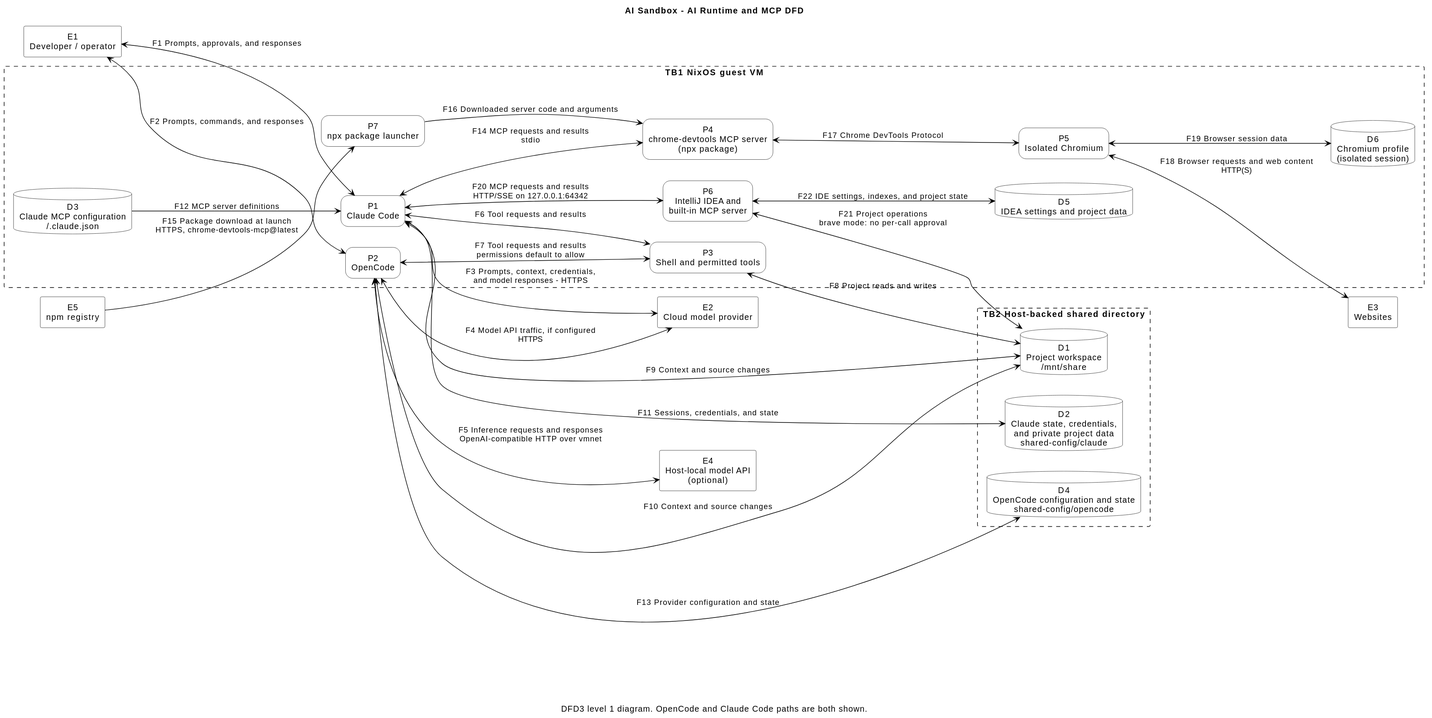
Before: docs/diagrams/generated/ai-runtime-mcp.svg, a diagram exported from PlantUML (AleksiAhtiainen/ai-sandbox).
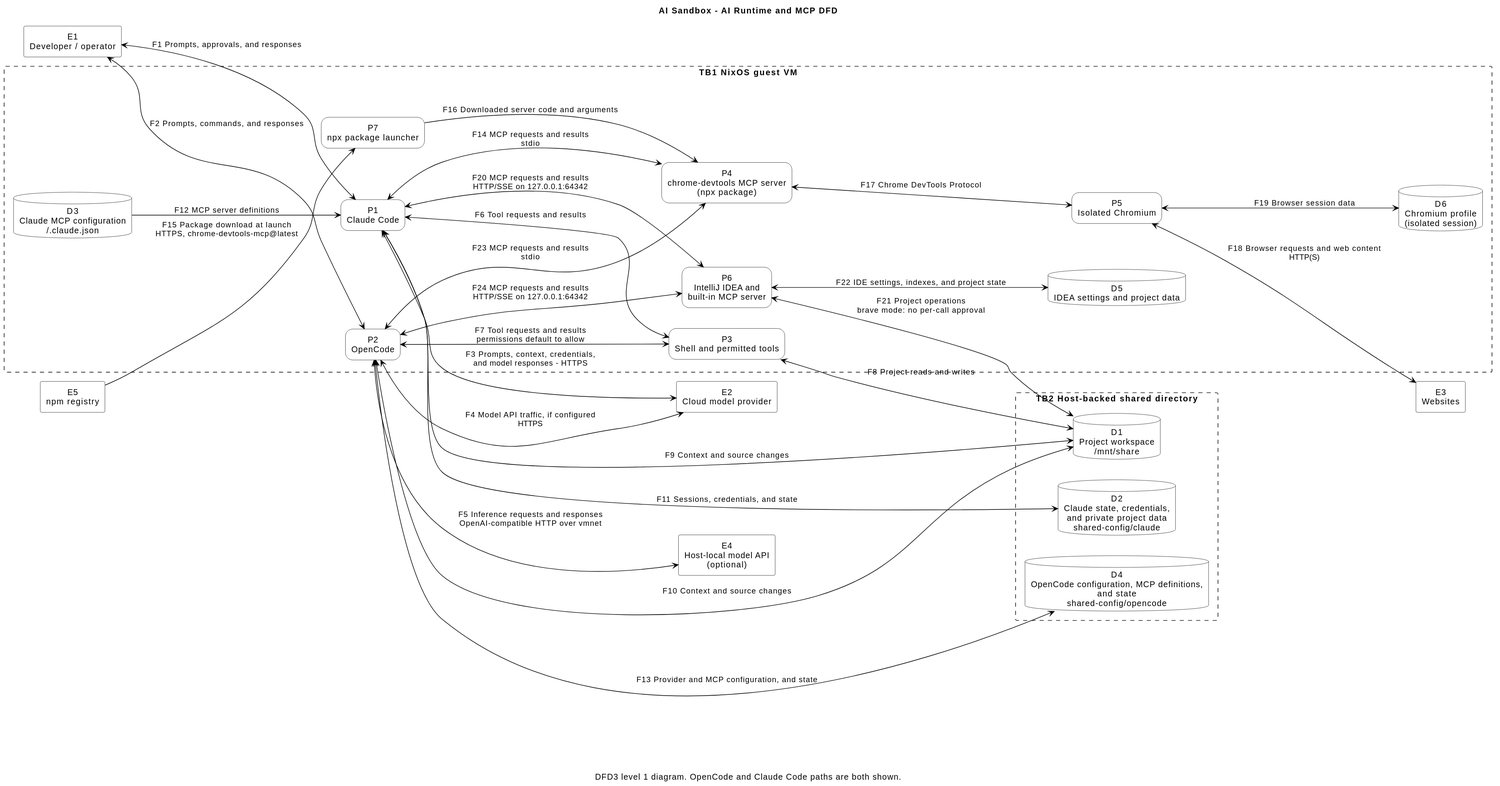
Above is the later version.

Commit message:
Add MCPs to opencode

Change to the diagram source:
```diff
@@ -48,7 +48,7 @@
 rectangle "TB2  Host-backed shared directory" as TB2 <<trust-boundary>> {
   database "D1\nProject workspace\n/mnt/share" as D1
   database "D2\nClaude state, credentials,\nand private project data\nshared-config/claude" as D2
-  database "D4\nOpenCode configuration and state\nshared-config/opencode" as D4
+  database "D4\nOpenCode configuration, MCP definitions,\nand state\nshared-config/opencode" as D4
 }
 
 E1 <--> P1 : F1  Prompts, approvals, and responses
@@ -66,7 +66,7 @@
 
 P1 <--> D2 : F11  Sessions, credentials, and state
 D3 --> P1 : F12  MCP server definitions
-P2 <--> D4 : F13  Provider configuration and state
+P2 <--> D4 : F13  Provider and MCP configuration, and state
 
 P1 <--> P4 : F14  MCP requests and results\nstdio
 E5 --> P7 : F15  Package download at launch\nHTTPS, chrome-devtools-mcp@latest
@@ -78,4 +78,7 @@
 P1 <--> P6 : F20  MCP requests and results\nHTTP/SSE on 127.0.0.1:64342
 P6 <--> D1 : F21  Project operations\nbrave mode: no per-call approval
 P6 <--> D5 : F22  IDE settings, indexes, and project state
+
+P2 <--> P4 : F23  MCP requests and results\nstdio
+P2 <--> P6 : F24  MCP requests and results\nHTTP/SSE on 127.0.0.1:64342
 @enduml
```
